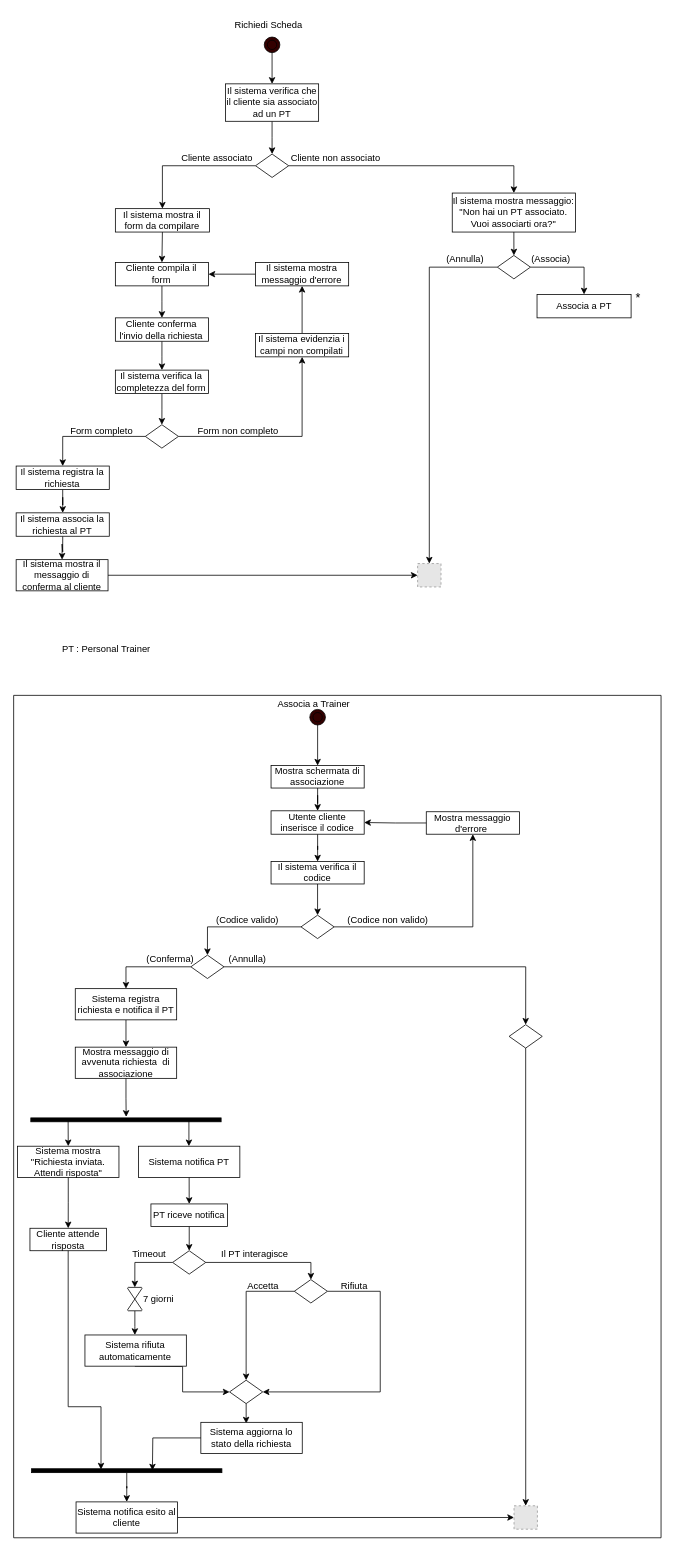
Above: page "Pagina-1" (1 of 2) of ActivityDiagram/RichiediScheda-AssociaTrainer.drawio in FedericoSib/FitPlan (draw.io), before the change. Source tidied: cells renumbered, new cells numbered last; positions are measured from the earlier drawing's top-left corner, leaving out a move shared by most shapes. Both pictures are drawn from the tidied source at 78%, with x=0, y=0 at pixel (13, 13). Pictures stored in the file or linked from it are replaced by grey dashed boxes.
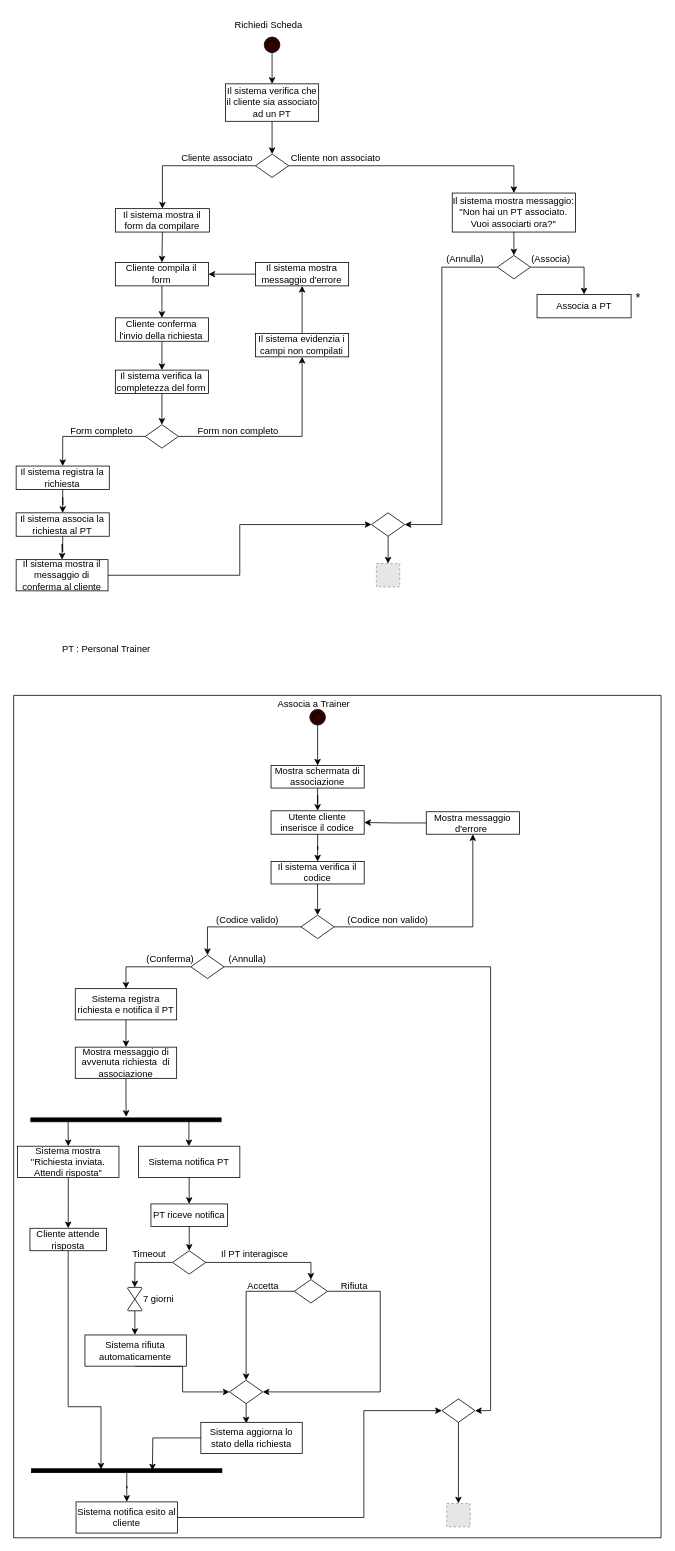
After the change.

Unchanged cells that the change refers to:
```xml
<mxCell id="35" value="Il sistema mostra il messaggio di conferma al cliente" style="rounded=0;whiteSpace=wrap;html=1;" parent="1" vertex="1">
  <mxGeometry x="3.2" y="700" width="117.8" height="40" as="geometry" />
</mxCell>
<mxCell id="41" style="rhombus;whiteSpace=wrap;html=1;" parent="1" vertex="1">
  <mxGeometry x="620.1" y="310" width="42.5" height="30" as="geometry" />
</mxCell>
<mxCell id="55" style="rhombus;whiteSpace=wrap;html=1;" parent="1" vertex="1">
  <mxGeometry x="227.2" y="1207" width="42.5" height="30" as="geometry" />
</mxCell>
<mxCell id="100" value="Sistema notifica esito al cliente" style="rounded=0;whiteSpace=wrap;html=1;" parent="1" vertex="1">
  <mxGeometry x="80" y="1908" width="130" height="40" as="geometry" />
</mxCell>
<mxCell id="106" style="swimlane;startSize=0;" parent="1" vertex="1">
  <mxGeometry y="874" width="830" height="1080" as="geometry" />
</mxCell>
```

What changed in the source:
```diff
@@
-    <mxCell id="34" style="edgeStyle=orthogonalEdgeStyle;rounded=0;jettySize=auto;html=1;entryX=0;entryY=0.5;entryDx=0;entryDy=0;" parent="1" edge="1" source="35" target="36">
+    <mxCell id="34" style="edgeStyle=orthogonalEdgeStyle;rounded=0;jettySize=auto;html=1;entryX=0;entryY=0.5;entryDx=0;entryDy=0;" parent="1" edge="1" source="35" target="110">
       <mxGeometry relative="1" as="geometry" />
     </mxCell>
@@
     <mxCell id="36" style="fillColor=#E6E6E6;strokeColor=#999999;dashed=1;html=1;verticalAlign=top;verticalLabelPosition=bottom;labelBackgroundColor=#ffffff;" parent="1" vertex="1">
-      <mxGeometry x="517.9" y="705" width="30" height="30" as="geometry" />
+      <mxGeometry x="465" y="705" width="30" height="30" as="geometry" />
     </mxCell>
-    <mxCell id="37" style="edgeStyle=orthogonalEdgeStyle;rounded=0;jettySize=auto;html=1;entryX=0.5;entryY=0;entryDx=0;entryDy=0;exitX=0;exitY=0.5;exitDx=0;exitDy=0;" parent="1" edge="1" source="41" target="36">
-      <mxGeometry relative="1" as="geometry" />
+    <mxCell id="37" style="edgeStyle=orthogonalEdgeStyle;rounded=0;jettySize=auto;html=1;exitX=0;exitY=0.5;exitDx=0;exitDy=0;entryX=1;entryY=0.5;entryDx=0;entryDy=0;" parent="1" edge="1" source="41" target="110">
+      <mxGeometry relative="1" as="geometry">
+        <Array as="points">
+          <mxPoint x="549" y="325" />
+          <mxPoint x="549" y="655" />
+        </Array>
+      </mxGeometry>
     </mxCell>
@@
-    <mxCell id="54" style="edgeStyle=orthogonalEdgeStyle;rounded=0;jettySize=auto;html=1;entryX=0.5;entryY=0;entryDx=0;entryDy=0;" parent="1" edge="1" source="55" target="64">
+    <mxCell id="54" style="edgeStyle=orthogonalEdgeStyle;rounded=0;jettySize=auto;html=1;entryX=1;entryY=0.5;entryDx=0;entryDy=0;" parent="1" edge="1" source="55" target="64">
       <mxGeometry relative="1" as="geometry" />
     </mxCell>
@@
-    <mxCell id="63" style="edgeStyle=orthogonalEdgeStyle;rounded=0;jettySize=auto;html=1;exitX=0.5;exitY=1;exitDx=0;exitDy=0;entryX=0.5;entryY=0;entryDx=0;entryDy=0;" parent="1" edge="1" source="64" target="66">
-      <mxGeometry relative="1" as="geometry" />
-    </mxCell>
-    <mxCell id="64" style="rhombus;whiteSpace=wrap;html=1;" parent="1" vertex="1">
-      <mxGeometry x="635.2" y="1296.2" width="42.5" height="30" as="geometry" />
-    </mxCell>
@@
-    <mxCell id="66" style="fillColor=#E6E6E6;strokeColor=#999999;dashed=1;html=1;verticalAlign=top;verticalLabelPosition=bottom;labelBackgroundColor=#ffffff;" parent="1" vertex="1">
-      <mxGeometry x="641.5" y="1913" width="30" height="30" as="geometry" />
-    </mxCell>
@@
-    <mxCell id="99" style="edgeStyle=orthogonalEdgeStyle;rounded=0;jettySize=auto;html=1;entryX=0;entryY=0.5;entryDx=0;entryDy=0;" parent="1" edge="1" source="100" target="66">
-      <mxGeometry relative="1" as="geometry" />
+    <mxCell id="99" style="edgeStyle=orthogonalEdgeStyle;rounded=0;jettySize=auto;html=1;entryX=0;entryY=0.5;entryDx=0;entryDy=0;" parent="1" edge="1" source="100" target="64">
+      <mxGeometry relative="1" as="geometry">
+        <Array as="points">
+          <mxPoint x="449" y="1928" />
+          <mxPoint x="449" y="1791" />
+        </Array>
+      </mxGeometry>
     </mxCell>
@@
+    <mxCell id="64" style="rhombus;whiteSpace=wrap;html=1;" parent="106" vertex="1">
+      <mxGeometry x="549" y="902" width="42.5" height="30" as="geometry" />
+    </mxCell>
+    <mxCell id="66" style="fillColor=#E6E6E6;strokeColor=#999999;dashed=1;html=1;verticalAlign=top;verticalLabelPosition=bottom;labelBackgroundColor=#ffffff;" parent="106" vertex="1">
+      <mxGeometry x="555.2" y="1036" width="30" height="30" as="geometry" />
+    </mxCell>
+    <mxCell id="63" style="edgeStyle=orthogonalEdgeStyle;rounded=0;jettySize=auto;html=1;exitX=0.5;exitY=1;exitDx=0;exitDy=0;entryX=0.5;entryY=0;entryDx=0;entryDy=0;" parent="106" edge="1" source="64" target="66">
+      <mxGeometry relative="1" as="geometry" />
+    </mxCell>
@@
+    <mxCell id="109" style="edgeStyle=orthogonalEdgeStyle;rounded=0;jettySize=auto;html=1;entryX=0.5;entryY=0;entryDx=0;entryDy=0;" parent="1" edge="1" source="110" target="36">
+      <mxGeometry relative="1" as="geometry" />
+    </mxCell>
+    <mxCell id="110" style="rhombus;whiteSpace=wrap;html=1;" parent="1" vertex="1">
+      <mxGeometry x="458.8" y="640" width="42.5" height="30" as="geometry" />
+    </mxCell>
```
